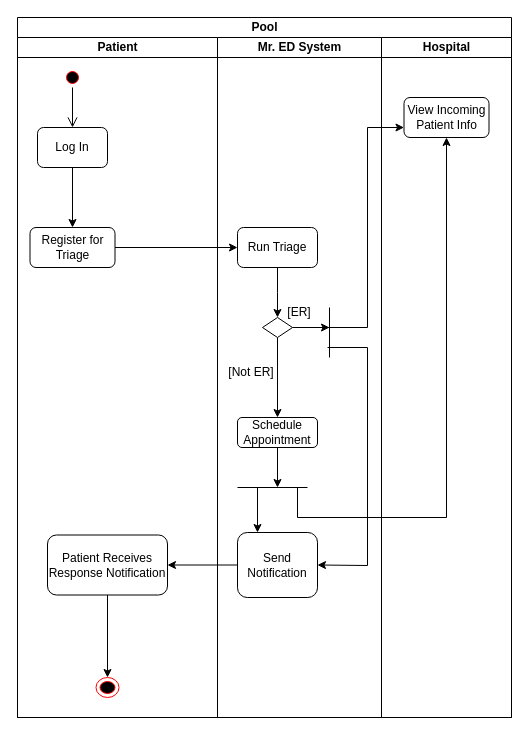
Earlier version of the draw.io diagram JustinWork/swimlane.drawio (SENG-350-2024-fall/Team9). Source tidied: cells renumbered, new cells numbered last; positions are measured from the earlier drawing's top-left corner, leaving out a move shared by most shapes. Both pictures are drawn from the tidied source at 100%, with x=0, y=0 at pixel (17, 17).
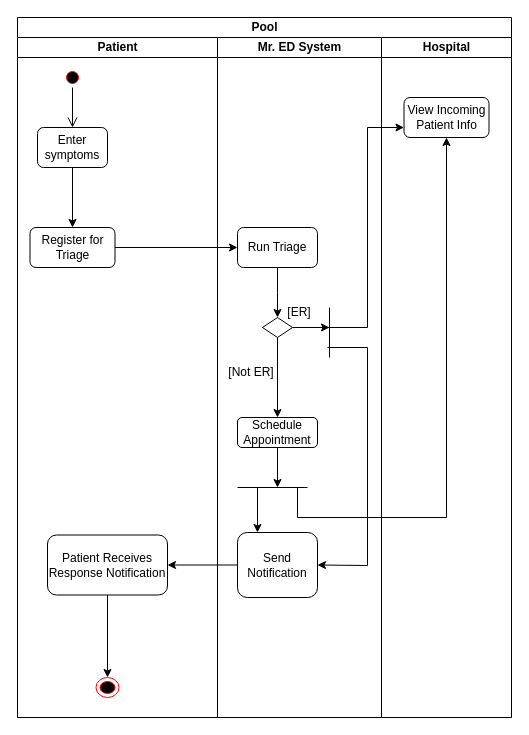
After the change.

Unchanged cells that the change refers to:
```xml
<mxCell id="3" value="Patient" style="swimlane;startSize=20;html=1;" parent="2" vertex="1">
  <mxGeometry y="20" width="200" height="680" as="geometry" />
</mxCell>
```

Diff of the diagram source:
```diff
@@
-    <mxCell id="5" value="Log In" style="rounded=1;whiteSpace=wrap;html=1;" parent="3" vertex="1">
+    <mxCell id="5" value="Enter symptoms" style="rounded=1;whiteSpace=wrap;html=1;" parent="3" vertex="1">
       <mxGeometry x="20" y="90" width="70" height="40" as="geometry" />
     </mxCell>
```
